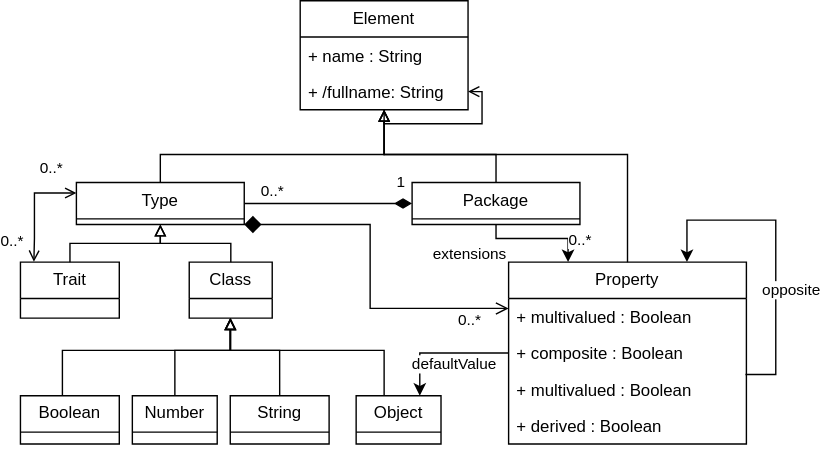
This is src/content/docs/developers/img/fame/fame.drawio.svg from moosetechnology/moosetechnology.github.io, a draw.io export, as it was before one commit. Source tidied: cells renumbered, new cells last; positions are measured from the earlier drawing's top-left corner, leaving out a move shared by most shapes.
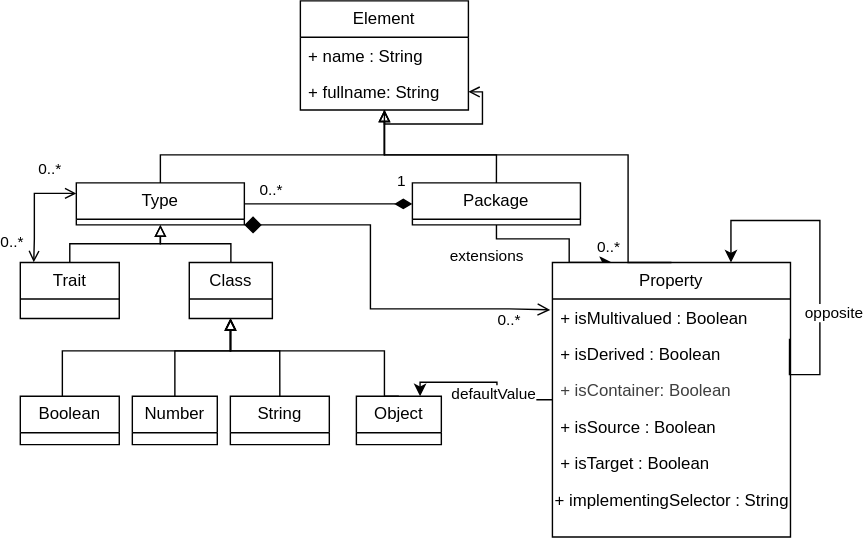
Above is the later version.

The edit, as a diff of the source:
```diff
@@ -11,7 +11,7 @@
     <mxCell id="4" style="edgeStyle=orthogonalEdgeStyle;shape=connector;curved=0;rounded=0;html=1;entryX=1;entryY=0.5;entryDx=0;entryDy=0;strokeColor=default;align=center;verticalAlign=middle;fontFamily=Helvetica;fontSize=11;fontColor=default;labelBackgroundColor=default;endArrow=open;endFill=0;" parent="2" edge="1" source="2" target="5">
       <mxGeometry relative="1" as="geometry" />
     </mxCell>
-    <mxCell id="5" value="+ /fullname: String" style="text;align=left;verticalAlign=top;spacingLeft=4;spacingRight=4;overflow=hidden;points=[[0,0.5],[1,0.5]];portConstraint=eastwest;whiteSpace=wrap;html=1;" parent="2" vertex="1">
+    <mxCell id="5" value="+ fullname: String" style="text;align=left;verticalAlign=top;spacingLeft=4;spacingRight=4;overflow=hidden;points=[[0,0.5],[1,0.5]];portConstraint=eastwest;whiteSpace=wrap;html=1;" parent="2" vertex="1">
       <mxGeometry y="52" width="120" height="26" as="geometry" />
     </mxCell>
     <mxCell id="6" style="edgeStyle=orthogonalEdgeStyle;html=1;endArrow=block;endFill=0;rounded=0;curved=0;" parent="1" edge="1" source="10" target="2">
@@ -118,22 +118,17 @@
       </mxGeometry>
     </mxCell>
     <mxCell id="27" value="Property" style="swimlane;fontStyle=0;horizontal=1;startSize=26;whiteSpace=wrap;html=1;swimlaneLine=1;glass=0;rounded=0;shadow=0;" parent="1" vertex="1">
-      <mxGeometry x="349" y="186.9" width="170" height="130" as="geometry" />
+      <mxGeometry x="380" y="186.9" width="170" height="196" as="geometry" />
     </mxCell>
-    <mxCell id="28" value="+ multivalued : Boolean" style="text;align=left;verticalAlign=top;spacingLeft=4;spacingRight=4;overflow=hidden;points=[[0,0.5],[1,0.5]];portConstraint=eastwest;whiteSpace=wrap;html=1;" parent="27" vertex="1">
+    <mxCell id="28" value="+ isMultivalued : Boolean" style="text;align=left;verticalAlign=top;spacingLeft=4;spacingRight=4;overflow=hidden;points=[[0,0.5],[1,0.5]];portConstraint=eastwest;whiteSpace=wrap;html=1;" parent="27" vertex="1">
       <mxGeometry y="26" width="170" height="26" as="geometry" />
     </mxCell>
-    <mxCell id="29" value="+ composite : Boolean" style="text;align=left;verticalAlign=top;spacingLeft=4;spacingRight=4;overflow=hidden;whiteSpace=wrap;html=1;" parent="27" vertex="1">
-      <mxGeometry y="52" width="170" height="26" as="geometry" />
-    </mxCell>
-    <mxCell id="30" value="+ multivalued : Boolean" style="text;align=left;verticalAlign=top;spacingLeft=4;spacingRight=4;overflow=hidden;points=[[0,0.5],[1,0.5]];portConstraint=eastwest;whiteSpace=wrap;html=1;" parent="27" vertex="1">
-      <mxGeometry y="78" width="170" height="26" as="geometry" />
-    </mxCell>
-    <mxCell id="31" value="+ derived : Boolean" style="text;align=left;verticalAlign=top;spacingLeft=4;spacingRight=4;overflow=hidden;whiteSpace=wrap;html=1;" parent="27" vertex="1">
-      <mxGeometry y="104" width="170" height="26" as="geometry" />
+    <mxCell id="31" value="+ isDerived : Boolean" style="text;align=left;verticalAlign=top;spacingLeft=4;spacingRight=4;overflow=hidden;whiteSpace=wrap;html=1;" parent="27" vertex="1">
+      <mxGeometry y="52" width="170" height="26" as="geometry" />
     </mxCell>
-    <mxCell id="32" style="edgeStyle=orthogonalEdgeStyle;shape=connector;curved=0;rounded=0;html=1;entryX=0.75;entryY=0;entryDx=0;entryDy=0;strokeColor=default;align=center;verticalAlign=middle;fontFamily=Helvetica;fontSize=11;fontColor=default;labelBackgroundColor=default;endArrow=classic;endFill=1;exitX=0.996;exitY=0.09;exitDx=0;exitDy=0;exitPerimeter=0;" parent="27" edge="1" source="30" target="27">
+    <mxCell id="32" style="edgeStyle=orthogonalEdgeStyle;shape=connector;curved=0;rounded=0;html=1;entryX=0.75;entryY=0;entryDx=0;entryDy=0;strokeColor=default;align=center;verticalAlign=middle;fontFamily=Helvetica;fontSize=11;fontColor=default;labelBackgroundColor=default;endArrow=classic;endFill=1;exitX=0.996;exitY=0.09;exitDx=0;exitDy=0;exitPerimeter=0;" parent="27" edge="1" target="27">
       <mxGeometry relative="1" as="geometry">
+        <mxPoint x="169.3" y="54.3" as="sourcePoint" />
         <Array as="points">
           <mxPoint x="191" y="80" />
           <mxPoint x="191" y="-30" />
@@ -146,6 +141,18 @@
         <mxPoint x="9" y="-1" as="offset" />
       </mxGeometry>
     </mxCell>
+    <mxCell id="43" value="&lt;div&gt;&lt;span style=&quot;color: rgb(63, 63, 63); background-color: transparent;&quot;&gt;+ isContainer: Boolean&lt;/span&gt;&lt;/div&gt;&lt;div&gt;&lt;br&gt;&lt;/div&gt;" style="text;align=left;verticalAlign=top;spacingLeft=4;spacingRight=4;overflow=hidden;whiteSpace=wrap;html=1;" parent="27" vertex="1">
+      <mxGeometry y="78" width="170" height="26" as="geometry" />
+    </mxCell>
+    <mxCell id="44" value="+ isSource : Boolean" style="text;align=left;verticalAlign=top;spacingLeft=4;spacingRight=4;overflow=hidden;whiteSpace=wrap;html=1;" parent="27" vertex="1">
+      <mxGeometry y="104" width="170" height="26" as="geometry" />
+    </mxCell>
+    <mxCell id="45" value="+ isTarget : Boolean" style="text;align=left;verticalAlign=top;spacingLeft=4;spacingRight=4;overflow=hidden;whiteSpace=wrap;html=1;" parent="27" vertex="1">
+      <mxGeometry y="130" width="170" height="26" as="geometry" />
+    </mxCell>
+    <mxCell id="46" value="+ implementingSelector : String&#10;" style="text;whiteSpace=wrap;" parent="27" vertex="1">
+      <mxGeometry y="156" width="170" height="40" as="geometry" />
+    </mxCell>
     <mxCell id="34" style="edgeStyle=orthogonalEdgeStyle;html=1;endArrow=block;endFill=0;rounded=0;curved=0;exitX=0.5;exitY=0;exitDx=0;exitDy=0;" parent="1" edge="1" source="27" target="2">
       <mxGeometry relative="1" as="geometry">
         <Array as="points">
@@ -168,9 +175,8 @@
     <mxCell id="37" style="edgeStyle=orthogonalEdgeStyle;html=1;endArrow=block;endFill=0;rounded=0;curved=0;" parent="1" edge="1" source="16" target="10">
       <mxGeometry relative="1" as="geometry" />
     </mxCell>
-    <mxCell id="38" style="edgeStyle=orthogonalEdgeStyle;shape=connector;curved=0;rounded=0;html=1;strokeColor=default;align=center;verticalAlign=middle;fontFamily=Helvetica;fontSize=11;fontColor=default;labelBackgroundColor=default;endArrow=open;endFill=0;exitX=1;exitY=1;exitDx=0;exitDy=0;startArrow=diamond;startFill=1;endSize=7;startSize=10;" parent="1" edge="1" source="10">
+    <mxCell id="38" style="edgeStyle=orthogonalEdgeStyle;shape=connector;curved=0;rounded=0;html=1;strokeColor=default;align=center;verticalAlign=middle;fontFamily=Helvetica;fontSize=11;fontColor=default;labelBackgroundColor=default;endArrow=open;endFill=0;exitX=1;exitY=1;exitDx=0;exitDy=0;startArrow=diamond;startFill=1;endSize=7;startSize=10;entryX=-0.009;entryY=0.3;entryDx=0;entryDy=0;entryPerimeter=0;" parent="1" edge="1" source="10" target="28">
       <mxGeometry relative="1" as="geometry">
-        <mxPoint x="349" y="220" as="targetPoint" />
         <Array as="points">
           <mxPoint x="250" y="160" />
           <mxPoint x="250" y="220" />
```
